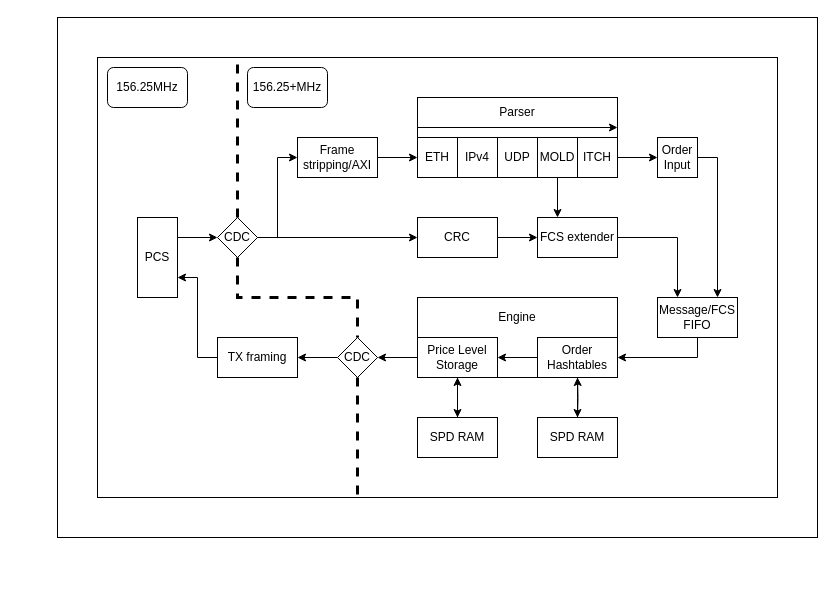
YummyDog/FPGA_Orderbook keeps this draw.io diagram as orderbookdiagram.drawio. Above is the earlier version. Source tidied: cells renumbered, new cells numbered last; positions are measured from the earlier drawing's top-left corner, leaving out a move shared by most shapes. Both pictures are drawn from the tidied source at 100%, with x=0, y=0 at pixel (57, 17).
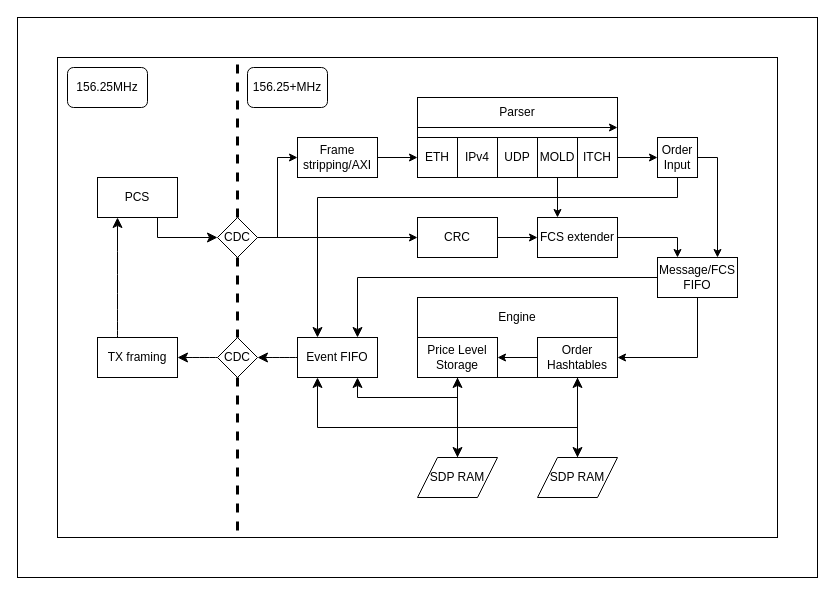
Above is the later version.

Commit message:
added timestamping to diagram

The change refers to these unchanged cells:
```xml
<mxCell id="20" value="Order&lt;div&gt;Input&lt;/div&gt;" style="whiteSpace=wrap;html=1;" parent="1" vertex="1">
  <mxGeometry x="600" y="120" width="40" height="40" as="geometry" />
</mxCell>
<mxCell id="25" value="CDC" style="rhombus;whiteSpace=wrap;html=1;shapeInside=1;" parent="1" vertex="1">
  <mxGeometry x="160" y="200" width="40" height="40" as="geometry" />
</mxCell>
<mxCell id="30" value="Order Hashtables" style="rounded=0;whiteSpace=wrap;html=1;" parent="1" vertex="1">
  <mxGeometry x="480" y="320" width="80" height="40" as="geometry" />
</mxCell>
<mxCell id="33" value="Price Level Storage" style="rounded=0;whiteSpace=wrap;html=1;" parent="1" vertex="1">
  <mxGeometry x="360" y="320" width="80" height="40" as="geometry" />
</mxCell>
```

What changed in the source:
```diff
@@
-    <mxCell id="2" style="rounded=0;whiteSpace=wrap;html=1;" parent="1" vertex="1">
-      <mxGeometry width="760" height="520" as="geometry" />
-    </mxCell>
-    <mxCell id="3" style="rounded=0;whiteSpace=wrap;html=1;fillColor=default;" parent="1" vertex="1">
-      <mxGeometry x="40" y="40" width="680" height="440" as="geometry" />
-    </mxCell>
+    <mxCell id="50" style="rounded=0;whiteSpace=wrap;html=1;" parent="1" vertex="1">
+      <mxGeometry x="-40" width="800" height="560" as="geometry" />
+    </mxCell>
+    <mxCell id="51" style="rounded=0;whiteSpace=wrap;html=1;fillColor=default;" parent="1" vertex="1">
+      <mxGeometry y="40" width="720" height="480" as="geometry" />
+    </mxCell>
@@
+    <mxCell id="52" style="edgeStyle=orthogonalEdgeStyle;rounded=0;jettySize=auto;html=1;exitX=0;exitY=0.5;exitDx=0;exitDy=0;entryX=0.75;entryY=0;entryDx=0;entryDy=0;fontSize=12;startSize=8;endSize=8;" parent="1" edge="1" source="18" target="63">
+      <mxGeometry relative="1" as="geometry" />
+    </mxCell>
     <mxCell id="18" value="Message/FCS FIFO" style="rounded=0;whiteSpace=wrap;html=1;" parent="1" vertex="1">
-      <mxGeometry x="600" y="280" width="80" height="40" as="geometry" />
+      <mxGeometry x="600" y="240" width="80" height="40" as="geometry" />
     </mxCell>
@@
+    <mxCell id="53" style="edgeStyle=orthogonalEdgeStyle;rounded=0;jettySize=auto;html=1;exitX=0.5;exitY=1;exitDx=0;exitDy=0;entryX=0.25;entryY=0;entryDx=0;entryDy=0;fontSize=12;startSize=8;endSize=8;" parent="1" edge="1" source="20" target="63">
+      <mxGeometry relative="1" as="geometry">
+        <Array as="points">
+          <mxPoint x="620" y="180" />
+          <mxPoint x="260" y="180" />
+        </Array>
+      </mxGeometry>
+    </mxCell>
@@
-    <mxCell id="23" style="edgeStyle=orthogonalEdgeStyle;rounded=0;jettySize=auto;html=1;exitX=0.5;exitY=0;exitDx=0;exitDy=0;strokeWidth=3;dashed=1;endArrow=none;endFill=0;" parent="1" edge="1" source="25">
-      <mxGeometry relative="1" as="geometry">
-        <mxPoint x="180" y="40" as="targetPoint" />
-      </mxGeometry>
-    </mxCell>
+    <mxCell id="54" style="edgeStyle=orthogonalEdgeStyle;rounded=0;jettySize=auto;html=1;exitX=0.5;exitY=0;exitDx=0;exitDy=0;strokeWidth=3;dashed=1;endArrow=none;endFill=0;" parent="1" edge="1" source="25">
+      <mxGeometry relative="1" as="geometry">
+        <mxPoint x="180" y="40" as="targetPoint" />
+      </mxGeometry>
+    </mxCell>
@@
-    <mxCell id="29" style="edgeStyle=orthogonalEdgeStyle;rounded=0;jettySize=auto;html=1;exitX=0.5;exitY=1;exitDx=0;exitDy=0;entryX=0.5;entryY=0;entryDx=0;entryDy=0;" parent="1" edge="1" source="30">
-      <mxGeometry relative="1" as="geometry">
-        <mxPoint x="520" y="400" as="targetPoint" />
-      </mxGeometry>
-    </mxCell>
+    <mxCell id="55" style="edgeStyle=orthogonalEdgeStyle;rounded=0;jettySize=auto;html=1;exitX=0.5;exitY=1;exitDx=0;exitDy=0;entryX=0.25;entryY=1;entryDx=0;entryDy=0;fontSize=12;startSize=8;endSize=8;" parent="1" edge="1" source="30" target="63">
+      <mxGeometry relative="1" as="geometry">
+        <Array as="points">
+          <mxPoint x="520" y="410" />
+          <mxPoint x="260" y="410" />
+        </Array>
+      </mxGeometry>
+    </mxCell>
@@
-    <mxCell id="31" style="edgeStyle=orthogonalEdgeStyle;rounded=0;jettySize=auto;html=1;exitX=0.5;exitY=1;exitDx=0;exitDy=0;entryX=0.5;entryY=0;entryDx=0;entryDy=0;" parent="1" edge="1" source="33" target="36">
-      <mxGeometry relative="1" as="geometry" />
-    </mxCell>
-    <mxCell id="32" style="edgeStyle=orthogonalEdgeStyle;rounded=0;jettySize=auto;html=1;exitX=0;exitY=0.5;exitDx=0;exitDy=0;entryX=1;entryY=0.5;entryDx=0;entryDy=0;" parent="1" edge="1" source="33" target="44">
-      <mxGeometry relative="1" as="geometry" />
-    </mxCell>
+    <mxCell id="56" style="edgeStyle=none;curved=1;rounded=0;jettySize=auto;html=1;exitX=0.5;exitY=1;exitDx=0;exitDy=0;entryX=0.5;entryY=0;entryDx=0;entryDy=0;fontSize=12;startSize=8;endSize=8;" parent="1" edge="1" source="33" target="61">
+      <mxGeometry relative="1" as="geometry" />
+    </mxCell>
+    <mxCell id="57" style="edgeStyle=orthogonalEdgeStyle;rounded=0;jettySize=auto;html=1;exitX=0.5;exitY=1;exitDx=0;exitDy=0;entryX=0.75;entryY=1;entryDx=0;entryDy=0;fontSize=12;startSize=8;endSize=8;" parent="1" edge="1" source="33" target="63">
+      <mxGeometry relative="1" as="geometry" />
+    </mxCell>
@@
-    <mxCell id="34" style="edgeStyle=orthogonalEdgeStyle;rounded=0;jettySize=auto;html=1;entryX=0.5;entryY=1;entryDx=0;entryDy=0;" parent="1" edge="1" target="30">
-      <mxGeometry relative="1" as="geometry">
-        <mxPoint x="520" y="400" as="sourcePoint" />
-      </mxGeometry>
-    </mxCell>
-    <mxCell id="35" style="edgeStyle=orthogonalEdgeStyle;rounded=0;jettySize=auto;html=1;exitX=0.5;exitY=0;exitDx=0;exitDy=0;entryX=0.5;entryY=1;entryDx=0;entryDy=0;" parent="1" edge="1" source="36" target="33">
-      <mxGeometry relative="1" as="geometry" />
-    </mxCell>
-    <mxCell id="36" value="SPD RAM" style="rounded=0;whiteSpace=wrap;html=1;" parent="1" vertex="1">
-      <mxGeometry x="360" y="400" width="80" height="40" as="geometry" />
-    </mxCell>
-    <mxCell id="37" style="edgeStyle=orthogonalEdgeStyle;rounded=0;jettySize=auto;html=1;exitX=1;exitY=0.25;exitDx=0;exitDy=0;entryX=0;entryY=0.5;entryDx=0;entryDy=0;" parent="1" edge="1" source="38" target="25">
-      <mxGeometry relative="1" as="geometry" />
+    <mxCell id="37" style="edgeStyle=orthogonalEdgeStyle;rounded=0;jettySize=auto;html=1;exitX=1;exitY=0.25;exitDx=0;exitDy=0;entryX=0;entryY=0.5;entryDx=0;entryDy=0;fontSize=12;startSize=8;endSize=8;" parent="1" edge="1" source="38" target="25">
+      <mxGeometry relative="1" as="geometry">
+        <Array as="points">
+          <mxPoint x="100" y="220" />
+        </Array>
+      </mxGeometry>
     </mxCell>
-    <mxCell id="38" value="PCS" style="rounded=0;whiteSpace=wrap;html=1;" parent="1" vertex="1">
-      <mxGeometry x="80" y="200" width="40" height="80" as="geometry" />
+    <mxCell id="38" value="PCS" style="rounded=0;whiteSpace=wrap;html=1;direction=south;" parent="1" vertex="1">
+      <mxGeometry x="40" y="160" width="80" height="40" as="geometry" />
     </mxCell>
@@
-    <mxCell id="40" style="edgeStyle=orthogonalEdgeStyle;rounded=0;jettySize=auto;html=1;exitX=0;exitY=0.5;exitDx=0;exitDy=0;entryX=1;entryY=0.75;entryDx=0;entryDy=0;" parent="1" edge="1" source="41" target="38">
-      <mxGeometry relative="1" as="geometry">
-        <Array as="points">
-          <mxPoint x="140" y="340" />
-          <mxPoint x="140" y="260" />
-        </Array>
-      </mxGeometry>
+    <mxCell id="40" style="edgeStyle=none;curved=1;rounded=0;jettySize=auto;html=1;exitX=0.25;exitY=0;exitDx=0;exitDy=0;entryX=1;entryY=0.75;entryDx=0;entryDy=0;fontSize=12;startSize=8;endSize=8;" parent="1" edge="1" source="41" target="38">
+      <mxGeometry relative="1" as="geometry" />
     </mxCell>
     <mxCell id="41" value="TX framing" style="rounded=0;whiteSpace=wrap;html=1;" parent="1" vertex="1">
-      <mxGeometry x="160" y="320" width="80" height="40" as="geometry" />
+      <mxGeometry x="40" y="320" width="80" height="40" as="geometry" />
     </mxCell>
+    <mxCell id="58" style="edgeStyle=orthogonalEdgeStyle;rounded=0;jettySize=auto;html=1;exitX=0.5;exitY=1;exitDx=0;exitDy=0;dashed=1;endArrow=none;endFill=0;strokeWidth=3;" parent="1" edge="1" source="44">
+      <mxGeometry relative="1" as="geometry">
+        <mxPoint x="180" y="520" as="targetPoint" />
+      </mxGeometry>
+    </mxCell>
-    <mxCell id="42" style="edgeStyle=orthogonalEdgeStyle;rounded=0;jettySize=auto;html=1;exitX=0;exitY=0.5;exitDx=0;exitDy=0;entryX=1;entryY=0.5;entryDx=0;entryDy=0;" parent="1" edge="1" source="44" target="41">
+    <mxCell id="42" style="edgeStyle=none;curved=1;rounded=0;jettySize=auto;html=1;exitX=0;exitY=0.5;exitDx=0;exitDy=0;entryX=1;entryY=0.5;entryDx=0;entryDy=0;fontSize=12;startSize=8;endSize=8;" parent="1" edge="1" source="44" target="41">
       <mxGeometry relative="1" as="geometry" />
     </mxCell>
-    <mxCell id="43" style="edgeStyle=orthogonalEdgeStyle;rounded=0;jettySize=auto;html=1;exitX=0.5;exitY=1;exitDx=0;exitDy=0;dashed=1;endArrow=none;endFill=0;strokeWidth=3;" parent="1" edge="1" source="44">
-      <mxGeometry relative="1" as="geometry">
-        <mxPoint x="300" y="480" as="targetPoint" />
-      </mxGeometry>
-    </mxCell>
     <mxCell id="44" value="CDC" style="rhombus;whiteSpace=wrap;html=1;shapeInside=1;" parent="1" vertex="1">
-      <mxGeometry x="280" y="320" width="40" height="40" as="geometry" />
+      <mxGeometry x="160" y="320" width="40" height="40" as="geometry" />
     </mxCell>
     <mxCell id="45" value="156.25MHz" style="rounded=1;whiteSpace=wrap;html=1;" parent="1" vertex="1">
-      <mxGeometry x="50" y="50" width="80" height="40" as="geometry" />
+      <mxGeometry x="10" y="50" width="80" height="40" as="geometry" />
     </mxCell>
@@
-    <mxCell id="47" value="SPD RAM" style="rounded=0;whiteSpace=wrap;html=1;" parent="1" vertex="1">
-      <mxGeometry x="480" y="400" width="80" height="40" as="geometry" />
-    </mxCell>
-    <mxCell id="48" style="endArrow=classic;html=1;rounded=0;" parent="1" edge="1">
-      <mxGeometry relative="1" as="geometry">
-        <mxPoint x="360" y="110" as="sourcePoint" />
-        <mxPoint x="560" y="110" as="targetPoint" />
-      </mxGeometry>
-    </mxCell>
+    <mxCell id="59" style="endArrow=classic;html=1;rounded=0;" parent="1" edge="1">
+      <mxGeometry relative="1" as="geometry">
+        <mxPoint x="360" y="110" as="sourcePoint" />
+        <mxPoint x="560" y="110" as="targetPoint" />
+      </mxGeometry>
+    </mxCell>
@@
+    <mxCell id="60" style="edgeStyle=none;curved=1;rounded=0;jettySize=auto;html=1;exitX=0.5;exitY=0;exitDx=0;exitDy=0;entryX=0.5;entryY=1;entryDx=0;entryDy=0;fontSize=12;startSize=8;endSize=8;" parent="1" edge="1" source="61" target="33">
+      <mxGeometry relative="1" as="geometry" />
+    </mxCell>
+    <mxCell id="61" value="SDP RAM" style="shape=parallelogram;perimeter=parallelogramPerimeter;whiteSpace=wrap;html=1;shapeInside=1;fixedSize=1;" parent="1" vertex="1">
+      <mxGeometry x="360" y="440" width="80" height="40" as="geometry" />
+    </mxCell>
+    <mxCell id="62" style="edgeStyle=none;curved=1;rounded=0;jettySize=auto;html=1;exitX=0;exitY=0.5;exitDx=0;exitDy=0;entryX=1;entryY=0.5;entryDx=0;entryDy=0;fontSize=12;startSize=8;endSize=8;" parent="1" edge="1" source="63" target="44">
+      <mxGeometry relative="1" as="geometry" />
+    </mxCell>
+    <mxCell id="63" value="Event FIFO" style="rounded=0;whiteSpace=wrap;html=1;" parent="1" vertex="1">
+      <mxGeometry x="240" y="320" width="80" height="40" as="geometry" />
+    </mxCell>
+    <mxCell id="64" style="edgeStyle=none;curved=1;rounded=0;jettySize=auto;html=1;exitX=0.5;exitY=1;exitDx=0;exitDy=0;entryX=0.5;entryY=0;entryDx=0;entryDy=0;fontSize=12;startSize=8;endSize=8;" parent="1" edge="1" target="66">
+      <mxGeometry relative="1" as="geometry">
+        <mxPoint x="520" y="360" as="sourcePoint" />
+      </mxGeometry>
+    </mxCell>
+    <mxCell id="65" style="edgeStyle=none;curved=1;rounded=0;jettySize=auto;html=1;exitX=0.5;exitY=0;exitDx=0;exitDy=0;entryX=0.5;entryY=1;entryDx=0;entryDy=0;fontSize=12;startSize=8;endSize=8;" parent="1" edge="1" source="66">
+      <mxGeometry relative="1" as="geometry">
+        <mxPoint x="520" y="360" as="targetPoint" />
+      </mxGeometry>
+    </mxCell>
+    <mxCell id="66" value="SDP RAM" style="shape=parallelogram;perimeter=parallelogramPerimeter;whiteSpace=wrap;html=1;shapeInside=1;fixedSize=1;" parent="1" vertex="1">
+      <mxGeometry x="480" y="440" width="80" height="40" as="geometry" />
+    </mxCell>
```
